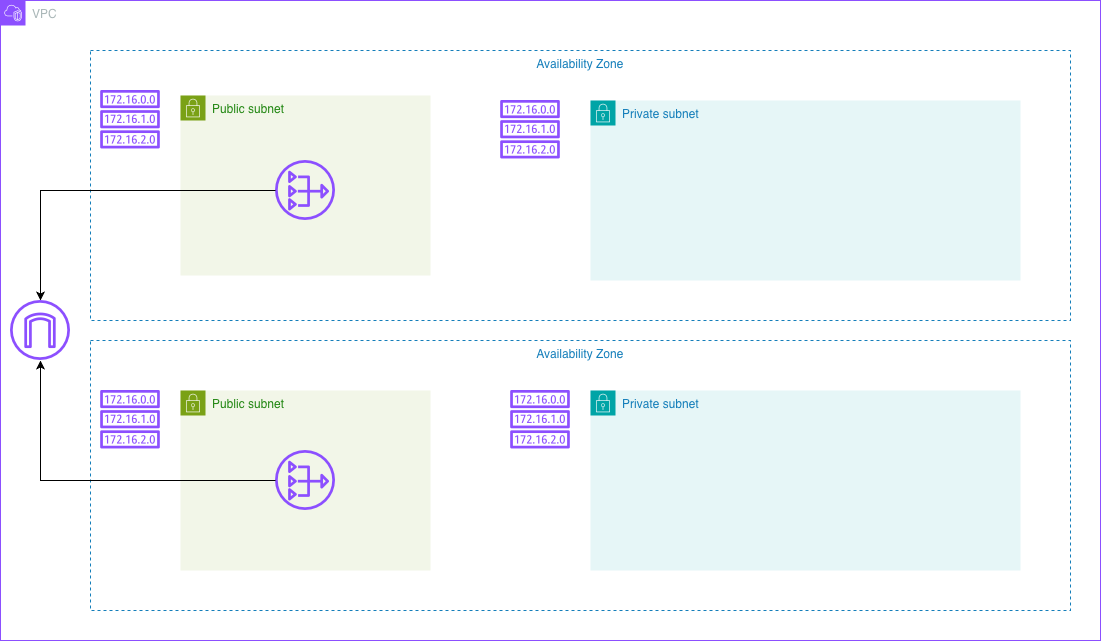
Before: ecs-rds-deployment-architecture-diagram.drawio.png, a diagram exported from draw.io (jaheimpink77/ecs-rds-deployment). Source tidied: cells renumbered, new cells last; positions are measured from the earlier drawing's top-left corner, leaving out a move shared by most shapes.
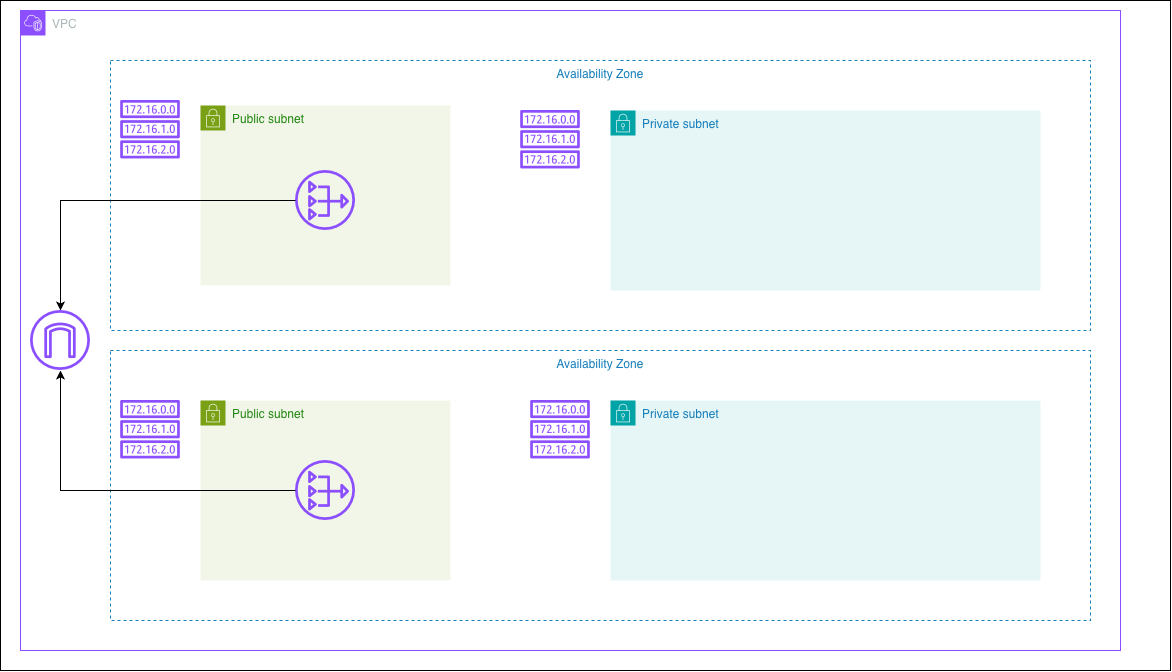
The same diagram one commit later.

The edit, as a diff of the source:
```diff
@@ -2,6 +2,9 @@
   <root>
     <mxCell id="0" />
     <mxCell id="1" parent="0" />
+    <mxCell id="18" style="rounded=0;whiteSpace=wrap;html=1;fillColor=light-dark(#FFFFFF,#FFFFFF);" parent="1" vertex="1">
+      <mxGeometry x="-20" y="-10" width="1170" height="670" as="geometry" />
+    </mxCell>
     <mxCell id="2" value="VPC" style="gradientColor=none;html=1;whiteSpace=wrap;fontSize=12;fontStyle=0;shape=mxgraph.aws4.group;grIcon=mxgraph.aws4.group_vpc2;strokeColor=#8C4FFF;fillColor=none;verticalAlign=top;align=left;spacingLeft=30;fontColor=#AAB7B8;dashed=0;" parent="1" vertex="1">
       <mxGeometry width="1100" height="640" as="geometry" />
     </mxCell>
```
